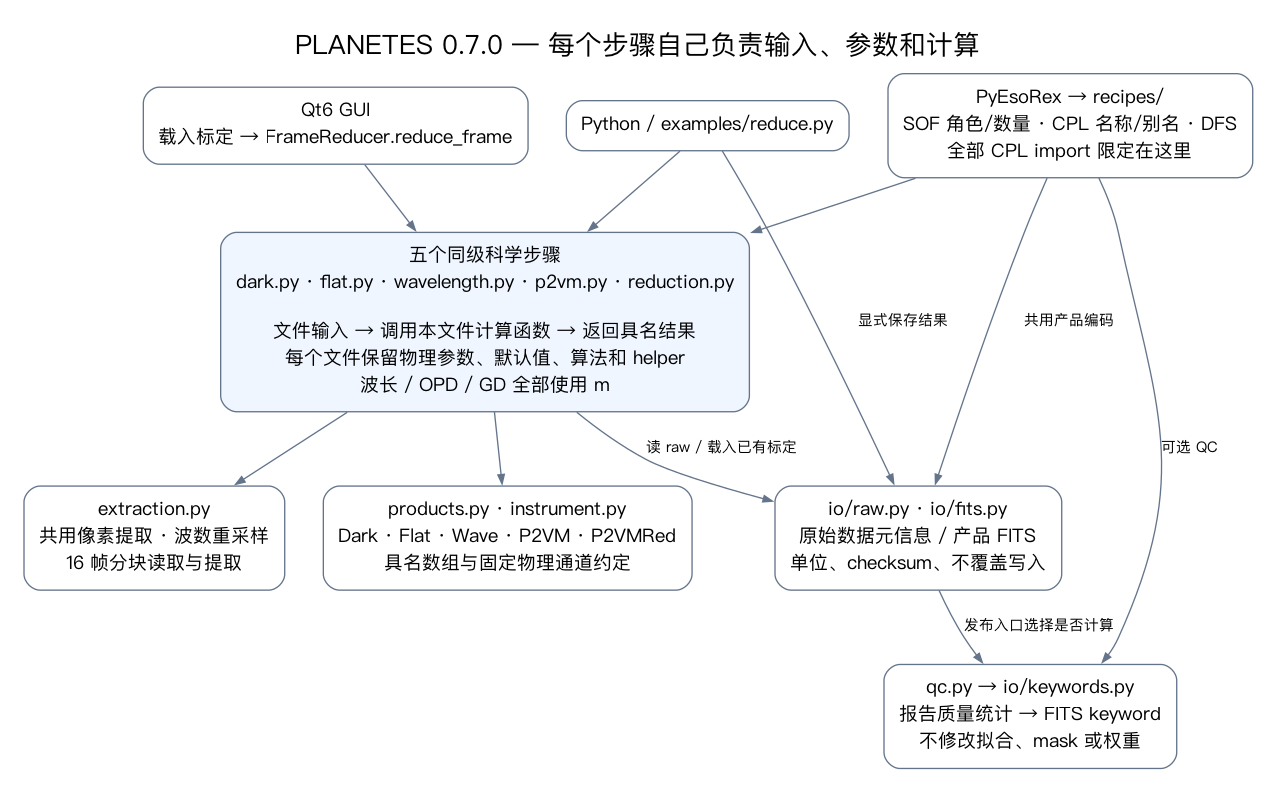
Before: docs/architecture.png, a diagram exported from Graphviz (zexwu/planetes_pipe). Its source is kept beside it as docs/architecture.dot.
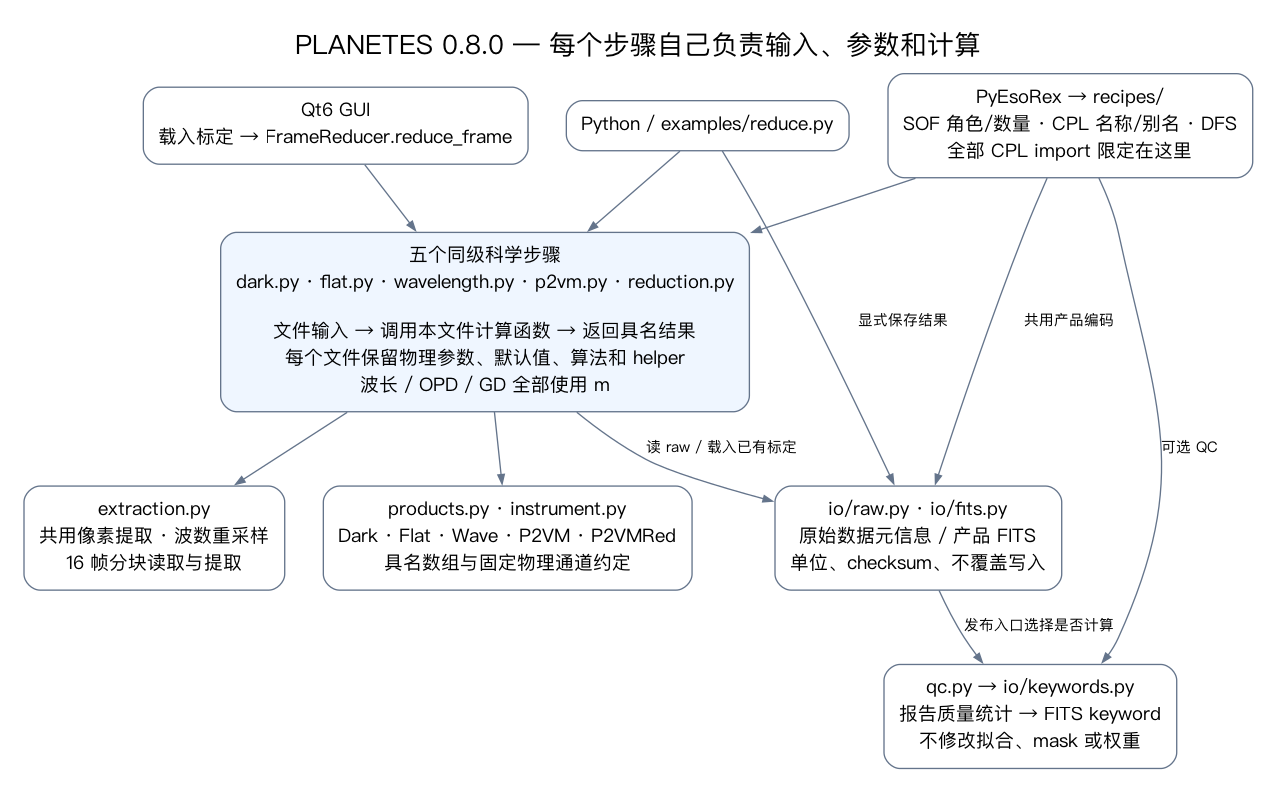
The same file after the commit.

Change to the diagram source:
```diff
@@ -1,5 +1,5 @@
 digraph Architecture {
-  graph [rankdir=TB, bgcolor="white", pad=0.25, nodesep=0.4, ranksep=0.55, fontname="PingFang SC", fontsize=20, label="PLANETES 0.7.0 — 每个步骤自己负责输入、参数和计算", labelloc=t];
+  graph [rankdir=TB, bgcolor="white", pad=0.25, nodesep=0.4, ranksep=0.55, fontname="PingFang SC", fontsize=20, label="PLANETES 0.8.0 — 每个步骤自己负责输入、参数和计算", labelloc=t];
   node [shape=box, style="rounded", fontname="PingFang SC", fontsize=14, color="#64748b", margin="0.16,0.12"];
   edge [fontname="PingFang SC", fontsize=11, color="#64748b", arrowsize=0.7];
   python [label="Python / examples/reduce.py"];
```
